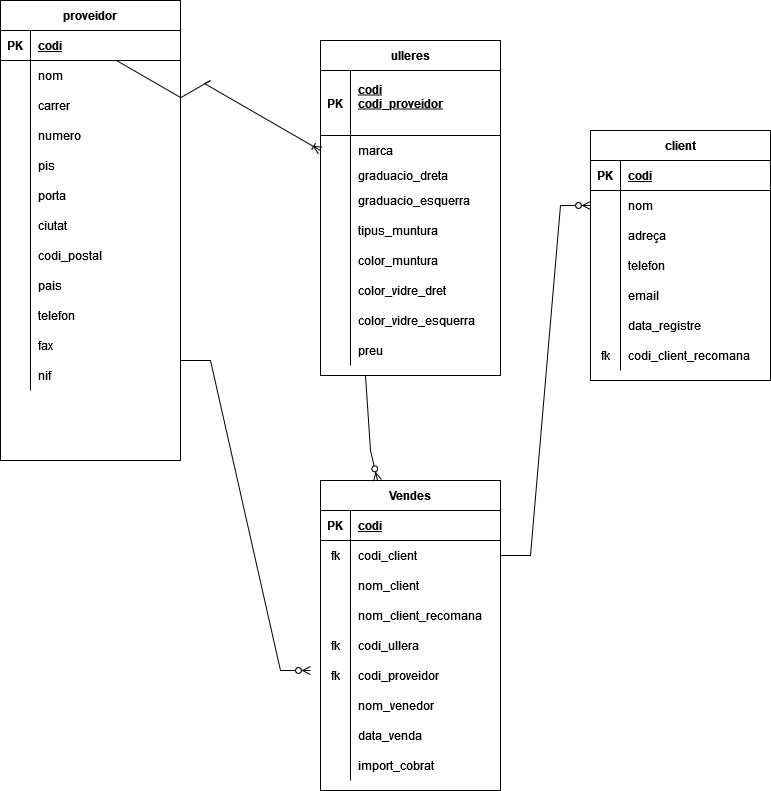
Above: optica.drawio.png in joanpujol60/mongodb-estructura (draw.io), before the change. Source tidied: cells renumbered, new cells last; positions are measured from the earlier drawing's top-left corner, leaving out a move shared by most shapes.
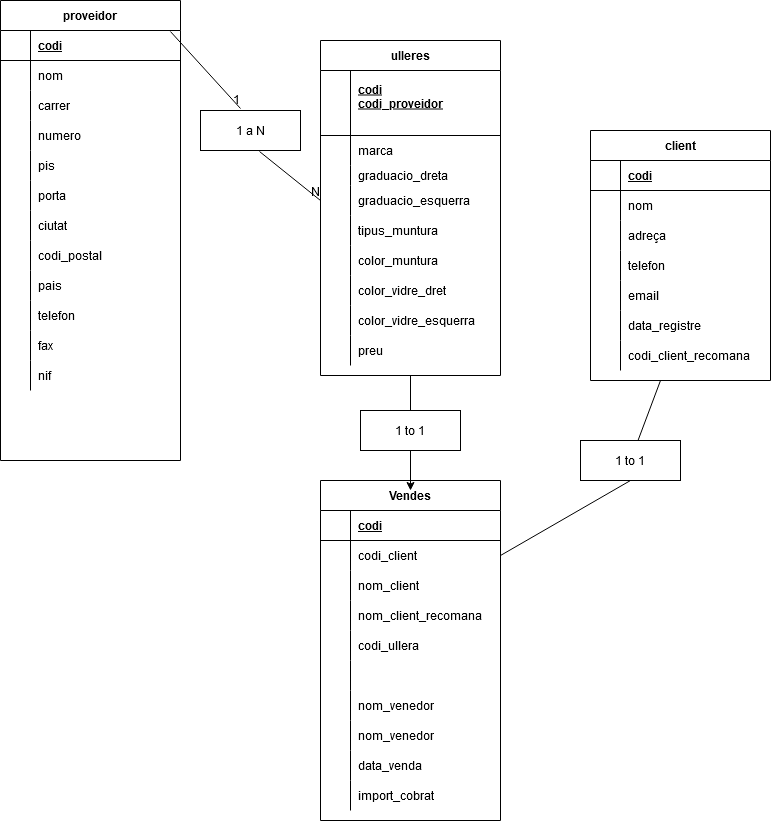
After the change.

Commit message:
cambios estructuras

Change to the diagram source:
```diff
@@ -8,7 +8,7 @@
     <mxCell id="3" style="shape=tableRow;horizontal=0;startSize=0;swimlaneHead=0;swimlaneBody=0;fillColor=none;points=[[0,0.5],[1,0.5]];portConstraint=eastwest;top=0;left=0;right=0;bottom=1;" parent="2" vertex="1">
       <mxGeometry y="30" width="180" height="30" as="geometry" />
     </mxCell>
-    <mxCell id="4" value="PK" style="shape=partialRectangle;fillColor=none;top=0;left=0;bottom=0;right=0;fontStyle=1;overflow=hidden;" parent="3" vertex="1">
+    <mxCell id="4" style="shape=partialRectangle;fillColor=none;top=0;left=0;bottom=0;right=0;fontStyle=1;overflow=hidden;" parent="3" vertex="1">
       <mxGeometry width="30" height="30" as="geometry" />
     </mxCell>
     <mxCell id="5" value="codi" style="shape=partialRectangle;fillColor=none;top=0;left=0;bottom=0;right=0;align=left;spacingLeft=6;fontStyle=5;overflow=hidden;" parent="3" vertex="1">
@@ -119,7 +119,7 @@
     <mxCell id="40" style="shape=tableRow;horizontal=0;startSize=0;swimlaneHead=0;swimlaneBody=0;fillColor=none;top=0;left=0;right=0;bottom=1;" parent="39" vertex="1">
       <mxGeometry y="30" width="180" height="30" as="geometry" />
     </mxCell>
-    <mxCell id="41" value="PK" style="shape=partialRectangle;fillColor=none;top=0;left=0;bottom=0;right=0;fontStyle=1;overflow=hidden;" parent="40" vertex="1">
+    <mxCell id="41" style="shape=partialRectangle;fillColor=none;top=0;left=0;bottom=0;right=0;fontStyle=1;overflow=hidden;" parent="40" vertex="1">
       <mxGeometry width="30" height="30" as="geometry" />
     </mxCell>
     <mxCell id="42" value="codi" style="shape=partialRectangle;fillColor=none;top=0;left=0;bottom=0;right=0;align=left;spacingLeft=6;fontStyle=5;overflow=hidden;" parent="40" vertex="1">
@@ -173,19 +173,19 @@
     <mxCell id="58" style="shape=tableRow;horizontal=0;startSize=0;swimlaneHead=0;swimlaneBody=0;fillColor=none;top=0;left=0;right=0;bottom=0;" parent="39" vertex="1">
       <mxGeometry y="210" width="180" height="30" as="geometry" />
     </mxCell>
-    <mxCell id="59" value="fk" style="shape=partialRectangle;fillColor=none;top=0;left=0;bottom=0;right=0;overflow=hidden;" parent="58" vertex="1">
+    <mxCell id="59" style="shape=partialRectangle;fillColor=none;top=0;left=0;bottom=0;right=0;overflow=hidden;" parent="58" vertex="1">
       <mxGeometry width="30" height="30" as="geometry" />
     </mxCell>
     <mxCell id="60" value="codi_client_recomana" style="shape=partialRectangle;fillColor=none;top=0;left=0;bottom=0;right=0;align=left;spacingLeft=6;overflow=hidden;" parent="58" vertex="1">
       <mxGeometry x="30" width="150" height="30" as="geometry" />
     </mxCell>
     <mxCell id="61" value="Vendes" style="shape=table;startSize=30;rowLines=0;fontStyle=1;align=center;" parent="1" vertex="1">
-      <mxGeometry x="320" y="480" width="180" height="310" as="geometry" />
+      <mxGeometry x="320" y="480" width="180" height="340" as="geometry" />
     </mxCell>
     <mxCell id="62" style="shape=tableRow;horizontal=0;startSize=0;swimlaneHead=0;swimlaneBody=0;fillColor=none;top=0;left=0;right=0;bottom=1;" parent="61" vertex="1">
       <mxGeometry y="30" width="180" height="30" as="geometry" />
     </mxCell>
-    <mxCell id="63" value="PK" style="shape=partialRectangle;fillColor=none;top=0;left=0;bottom=0;right=0;fontStyle=1;overflow=hidden;" parent="62" vertex="1">
+    <mxCell id="63" style="shape=partialRectangle;fillColor=none;top=0;left=0;bottom=0;right=0;fontStyle=1;overflow=hidden;" parent="62" vertex="1">
       <mxGeometry width="30" height="30" as="geometry" />
     </mxCell>
     <mxCell id="64" value="codi" style="shape=partialRectangle;fillColor=none;top=0;left=0;bottom=0;right=0;align=left;spacingLeft=6;fontStyle=5;overflow=hidden;" parent="62" vertex="1">
@@ -194,7 +194,7 @@
     <mxCell id="65" style="shape=tableRow;horizontal=0;startSize=0;swimlaneHead=0;swimlaneBody=0;fillColor=none;points=[[0,0.5],[1,0.5]];portConstraint=eastwest;top=0;left=0;right=0;bottom=0;" parent="61" vertex="1">
       <mxGeometry y="60" width="180" height="30" as="geometry" />
     </mxCell>
-    <mxCell id="66" value="fk" style="shape=partialRectangle;fillColor=none;top=0;left=0;bottom=0;right=0;overflow=hidden;" parent="65" vertex="1">
+    <mxCell id="66" style="shape=partialRectangle;fillColor=none;top=0;left=0;bottom=0;right=0;overflow=hidden;" parent="65" vertex="1">
       <mxGeometry width="30" height="30" as="geometry" />
     </mxCell>
     <mxCell id="67" value="codi_client" style="shape=partialRectangle;fillColor=none;top=0;left=0;bottom=0;right=0;align=left;spacingLeft=6;overflow=hidden;" parent="65" vertex="1">
@@ -221,7 +221,7 @@
     <mxCell id="74" style="shape=tableRow;horizontal=0;startSize=0;swimlaneHead=0;swimlaneBody=0;fillColor=none;top=0;left=0;right=0;bottom=0;" parent="61" vertex="1">
       <mxGeometry y="150" width="180" height="30" as="geometry" />
     </mxCell>
-    <mxCell id="75" value="fk" style="shape=partialRectangle;fillColor=none;top=0;left=0;bottom=0;right=0;overflow=hidden;" parent="74" vertex="1">
+    <mxCell id="75" style="shape=partialRectangle;fillColor=none;top=0;left=0;bottom=0;right=0;overflow=hidden;" parent="74" vertex="1">
       <mxGeometry width="30" height="30" as="geometry" />
     </mxCell>
     <mxCell id="76" value="codi_ullera" style="shape=partialRectangle;fillColor=none;top=0;left=0;bottom=0;right=0;align=left;spacingLeft=6;overflow=hidden;" parent="74" vertex="1">
@@ -230,14 +230,23 @@
     <mxCell id="77" style="shape=tableRow;horizontal=0;startSize=0;swimlaneHead=0;swimlaneBody=0;fillColor=none;top=0;left=0;right=0;bottom=0;" parent="61" vertex="1">
       <mxGeometry y="180" width="180" height="30" as="geometry" />
     </mxCell>
-    <mxCell id="78" value="fk" style="shape=partialRectangle;fillColor=none;top=0;left=0;bottom=0;right=0;overflow=hidden;" parent="77" vertex="1">
+    <mxCell id="78" style="shape=partialRectangle;fillColor=none;top=0;left=0;bottom=0;right=0;overflow=hidden;" parent="77" vertex="1">
       <mxGeometry width="30" height="30" as="geometry" />
     </mxCell>
-    <mxCell id="79" value="codi_proveidor" style="shape=partialRectangle;fillColor=none;top=0;left=0;bottom=0;right=0;align=left;spacingLeft=6;overflow=hidden;" parent="77" vertex="1">
+    <mxCell id="79" style="shape=partialRectangle;fillColor=none;top=0;left=0;bottom=0;right=0;align=left;spacingLeft=6;overflow=hidden;" parent="77" vertex="1">
       <mxGeometry x="30" width="150" height="30" as="geometry" />
     </mxCell>
+    <mxCell id="121" style="shape=tableRow;horizontal=0;startSize=0;swimlaneHead=0;swimlaneBody=0;fillColor=none;top=0;left=0;right=0;bottom=0;" parent="61" vertex="1">
+      <mxGeometry y="210" width="180" height="30" as="geometry" />
+    </mxCell>
+    <mxCell id="122" style="shape=partialRectangle;fillColor=none;top=0;left=0;bottom=0;right=0;overflow=hidden;" parent="121" vertex="1">
+      <mxGeometry width="30" height="30" as="geometry" />
+    </mxCell>
+    <mxCell id="123" value="nom_venedor" style="shape=partialRectangle;fillColor=none;top=0;left=0;bottom=0;right=0;align=left;spacingLeft=6;overflow=hidden;" parent="121" vertex="1">
+      <mxGeometry x="30" width="150" height="30" as="geometry" />
+    </mxCell>
     <mxCell id="80" style="shape=tableRow;horizontal=0;startSize=0;swimlaneHead=0;swimlaneBody=0;fillColor=none;top=0;left=0;right=0;bottom=0;" parent="61" vertex="1">
-      <mxGeometry y="210" width="180" height="30" as="geometry" />
+      <mxGeometry y="240" width="180" height="30" as="geometry" />
     </mxCell>
     <mxCell id="81" style="shape=partialRectangle;fillColor=none;top=0;left=0;bottom=0;right=0;overflow=hidden;" parent="80" vertex="1">
       <mxGeometry width="30" height="30" as="geometry" />
@@ -246,7 +255,7 @@
       <mxGeometry x="30" width="150" height="30" as="geometry" />
     </mxCell>
     <mxCell id="83" style="shape=tableRow;horizontal=0;startSize=0;swimlaneHead=0;swimlaneBody=0;fillColor=none;top=0;left=0;right=0;bottom=0;" parent="61" vertex="1">
-      <mxGeometry y="240" width="180" height="30" as="geometry" />
+      <mxGeometry y="270" width="180" height="30" as="geometry" />
     </mxCell>
     <mxCell id="84" style="shape=partialRectangle;fillColor=none;top=0;left=0;bottom=0;right=0;overflow=hidden;" parent="83" vertex="1">
       <mxGeometry width="30" height="30" as="geometry" />
@@ -255,7 +264,7 @@
       <mxGeometry x="30" width="150" height="30" as="geometry" />
     </mxCell>
     <mxCell id="86" style="shape=tableRow;horizontal=0;startSize=0;swimlaneHead=0;swimlaneBody=0;fillColor=none;top=0;left=0;right=0;bottom=0;" parent="61" vertex="1">
-      <mxGeometry y="270" width="180" height="30" as="geometry" />
+      <mxGeometry y="300" width="180" height="30" as="geometry" />
     </mxCell>
     <mxCell id="87" style="shape=partialRectangle;fillColor=none;top=0;left=0;bottom=0;right=0;overflow=hidden;" parent="86" vertex="1">
       <mxGeometry width="30" height="30" as="geometry" />
@@ -269,7 +278,7 @@
     <mxCell id="90" style="shape=tableRow;horizontal=0;startSize=0;swimlaneHead=0;swimlaneBody=0;fillColor=none;top=0;left=0;right=0;bottom=1;" parent="89" vertex="1">
       <mxGeometry y="30" width="180" height="65" as="geometry" />
     </mxCell>
-    <mxCell id="91" value="PK" style="shape=partialRectangle;fillColor=none;top=0;left=0;bottom=0;right=0;fontStyle=1;overflow=hidden;" parent="90" vertex="1">
+    <mxCell id="91" style="shape=partialRectangle;fillColor=none;top=0;left=0;bottom=0;right=0;fontStyle=1;overflow=hidden;" parent="90" vertex="1">
       <mxGeometry width="30" height="65" as="geometry" />
     </mxCell>
     <mxCell id="92" value="codi&#10;codi_proveidor&#10;" style="shape=partialRectangle;fillColor=none;top=0;left=0;bottom=0;right=0;align=left;spacingLeft=6;fontStyle=5;overflow=hidden;" parent="90" vertex="1">
@@ -347,28 +356,45 @@
     <mxCell id="116" value="preu" style="shape=partialRectangle;fillColor=none;top=0;left=0;bottom=0;right=0;align=left;spacingLeft=6;overflow=hidden;" parent="114" vertex="1">
       <mxGeometry x="30" width="150" height="30" as="geometry" />
     </mxCell>
-    <mxCell id="117" style="edgeStyle=isometricEdgeStyle;fontSize=12;html=1;endArrow=ERoneToMany;rounded=0;elbow=vertical;entryX=0;entryY=0.5;entryDx=0;entryDy=0;" parent="1" edge="1" source="3">
-      <mxGeometry relative="1" as="geometry">
-        <mxPoint x="320" y="150" as="targetPoint" />
-        <Array as="points">
-          <mxPoint x="210" y="80" />
-        </Array>
-      </mxGeometry>
-    </mxCell>
-    <mxCell id="118" style="edgeStyle=entityRelationEdgeStyle;fontSize=12;html=1;endArrow=ERzeroToMany;endFill=1;rounded=0;elbow=vertical;entryX=0;entryY=0.5;entryDx=0;entryDy=0;exitX=1;exitY=0.5;exitDx=0;exitDy=0;" parent="1" edge="1" source="65" target="43">
-      <mxGeometry relative="1" as="geometry" />
-    </mxCell>
-    <mxCell id="119" style="fontSize=12;html=1;endArrow=ERzeroToMany;endFill=1;rounded=0;elbow=vertical;exitX=0.25;exitY=1;exitDx=0;exitDy=0;entryX=0.317;entryY=0;entryDx=0;entryDy=0;entryPerimeter=0;" parent="1" edge="1" source="89" target="61">
-      <mxGeometry relative="1" as="geometry">
-        <Array as="points">
-          <mxPoint x="370" y="450" />
-        </Array>
-      </mxGeometry>
-    </mxCell>
-    <mxCell id="120" style="edgeStyle=entityRelationEdgeStyle;fontSize=12;html=1;endArrow=ERzeroToMany;endFill=1;rounded=0;elbow=vertical;exitX=1;exitY=1;exitDx=0;exitDy=0;exitPerimeter=0;" parent="1" edge="1" source="33">
-      <mxGeometry relative="1" as="geometry">
-        <mxPoint x="310" y="670" as="targetPoint" />
-      </mxGeometry>
-    </mxCell>
+    <mxCell id="124" value="1 a N" style="whiteSpace=wrap;html=1;align=center;" parent="1" vertex="1">
+      <mxGeometry x="200" y="110" width="100" height="40" as="geometry" />
+    </mxCell>
+    <mxCell id="125" style="endArrow=none;html=1;rounded=0;exitX=0.944;exitY=0.033;exitDx=0;exitDy=0;exitPerimeter=0;entryX=0.4;entryY=-0.05;entryDx=0;entryDy=0;entryPerimeter=0;" parent="1" edge="1" source="3" target="124">
+      <mxGeometry relative="1" as="geometry" />
+    </mxCell>
+    <mxCell id="126" value="1" style="html=1;align=right;verticalAlign=bottom;" parent="125" vertex="1">
+      <mxGeometry x="1" relative="1" as="geometry" />
+    </mxCell>
+    <mxCell id="127" style="endArrow=none;html=1;rounded=0;exitX=0.59;exitY=1.025;exitDx=0;exitDy=0;exitPerimeter=0;entryX=0;entryY=0.5;entryDx=0;entryDy=0;" parent="1" edge="1" source="124" target="99">
+      <mxGeometry relative="1" as="geometry" />
+    </mxCell>
+    <mxCell id="128" value="N" style="html=1;align=right;verticalAlign=bottom;" parent="127" vertex="1">
+      <mxGeometry x="1" relative="1" as="geometry" />
+    </mxCell>
+    <mxCell id="129" style="edgeStyle=orthogonalEdgeStyle;rounded=0;jettySize=auto;html=1;" parent="1" edge="1" source="130">
+      <mxGeometry relative="1" as="geometry">
+        <mxPoint x="410" y="490" as="targetPoint" />
+      </mxGeometry>
+    </mxCell>
+    <mxCell id="130" value="1 to 1" style="whiteSpace=wrap;html=1;align=center;" parent="1" vertex="1">
+      <mxGeometry x="360" y="410" width="100" height="40" as="geometry" />
+    </mxCell>
+    <mxCell id="131" style="endArrow=none;html=1;rounded=0;exitX=0.5;exitY=1;exitDx=0;exitDy=0;entryX=0.5;entryY=0;entryDx=0;entryDy=0;" parent="1" edge="1" source="89" target="130">
+      <mxGeometry relative="1" as="geometry" />
+    </mxCell>
+    <mxCell id="132" style="endArrow=none;html=1;rounded=0;exitX=0.5;exitY=0;exitDx=0;exitDy=0;entryX=0.5;entryY=1;entryDx=0;entryDy=0;" parent="1" edge="1" source="61" target="130">
+      <mxGeometry relative="1" as="geometry" />
+    </mxCell>
+    <mxCell id="133" value="1 to 1" style="whiteSpace=wrap;html=1;align=center;" parent="1" vertex="1">
+      <mxGeometry x="580" y="440" width="100" height="40" as="geometry" />
+    </mxCell>
+    <mxCell id="134" style="endArrow=none;html=1;rounded=0;" parent="1" edge="1" target="133">
+      <mxGeometry relative="1" as="geometry">
+        <mxPoint x="660" y="380" as="sourcePoint" />
+      </mxGeometry>
+    </mxCell>
+    <mxCell id="135" style="endArrow=none;html=1;rounded=0;entryX=0.5;entryY=1;entryDx=0;entryDy=0;exitX=1;exitY=0.5;exitDx=0;exitDy=0;" parent="1" edge="1" source="65" target="133">
+      <mxGeometry relative="1" as="geometry" />
+    </mxCell>
   </root>
 </mxGraphModel>
```
